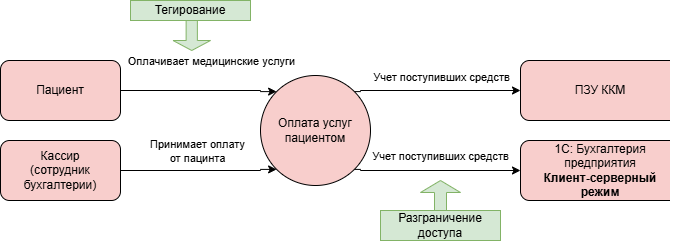
Above: Task1/df3i.png in TAraya/architecture-medikamente (draw.io), before the change. Source tidied: cells renumbered, new cells last; positions are measured from the earlier drawing's top-left corner, leaving out a move shared by most shapes.
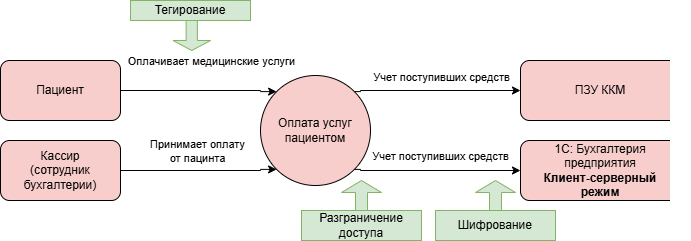
The same file after the commit.

What changed in the source:
```diff
@@ -82,10 +82,16 @@
       <mxGeometry x="130" width="120" height="20" as="geometry" />
     </mxCell>
     <mxCell id="19" style="shape=singleArrow;direction=north;whiteSpace=wrap;html=1;fillColor=#d5e8d4;strokeColor=#82b366;" parent="1" vertex="1">
-      <mxGeometry x="420" y="180" width="40" height="60" as="geometry" />
+      <mxGeometry x="341" y="180" width="40" height="60" as="geometry" />
     </mxCell>
     <mxCell id="20" value="Разграничение доступа" style="rounded=0;whiteSpace=wrap;html=1;fillColor=#d5e8d4;strokeColor=#82b366;" parent="1" vertex="1">
-      <mxGeometry x="380" y="210" width="120" height="30" as="geometry" />
+      <mxGeometry x="301" y="210" width="120" height="30" as="geometry" />
     </mxCell>
+    <mxCell id="21" style="shape=singleArrow;direction=north;whiteSpace=wrap;html=1;fillColor=#d5e8d4;strokeColor=#82b366;" parent="1" vertex="1">
+      <mxGeometry x="475" y="180" width="40" height="60" as="geometry" />
+    </mxCell>
+    <mxCell id="22" value="Шифрование" style="rounded=0;whiteSpace=wrap;html=1;fillColor=#d5e8d4;strokeColor=#82b366;" parent="1" vertex="1">
+      <mxGeometry x="435" y="210" width="120" height="30" as="geometry" />
+    </mxCell>
   </root>
 </mxGraphModel>
```
